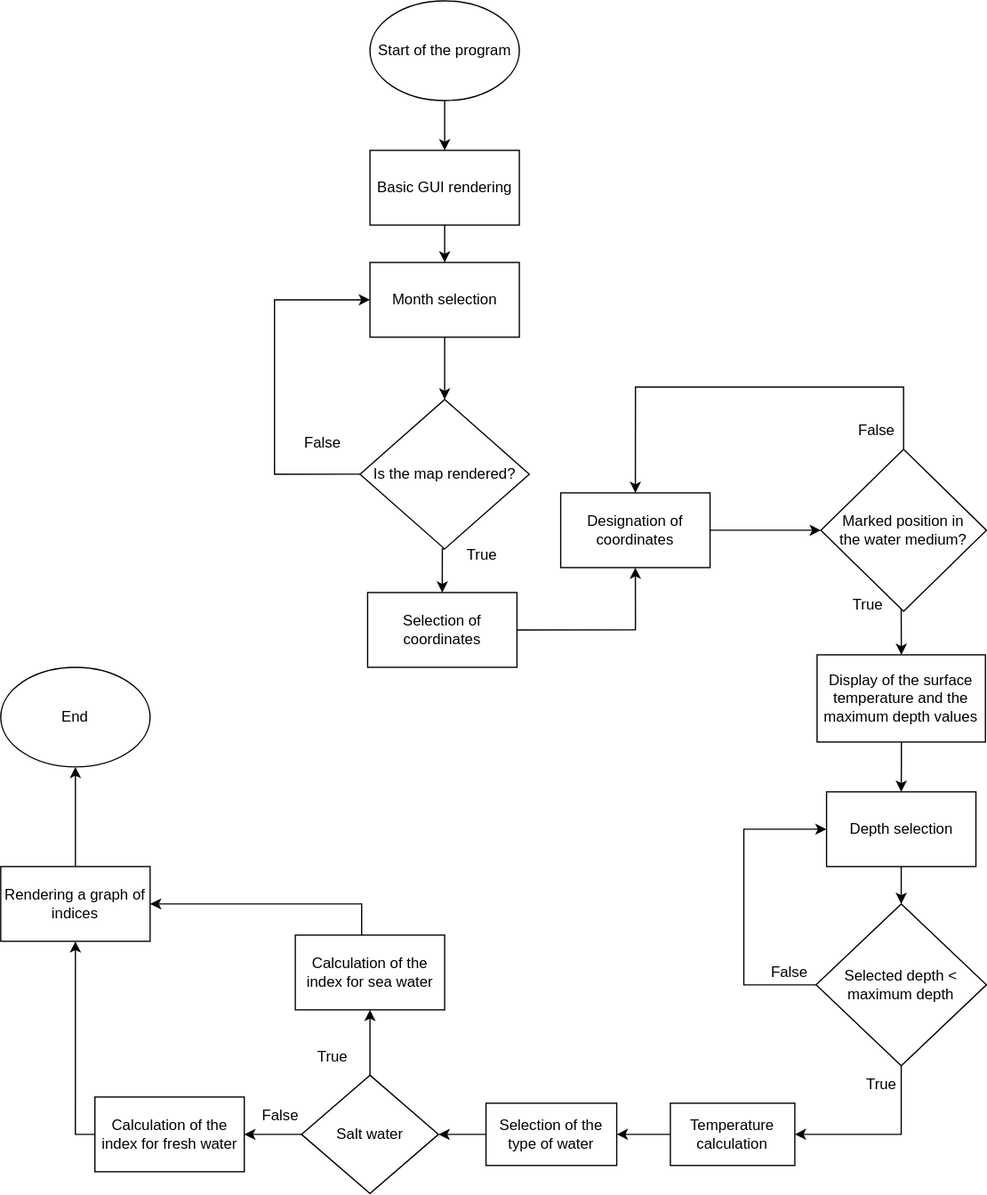
The draw.io diagram world_map.drawio.svg in OndraFoltyn/digital-electronics-1, before a commit. Source tidied: cells renumbered, new cells last; positions are measured from the earlier drawing's top-left corner, leaving out a move shared by most shapes.
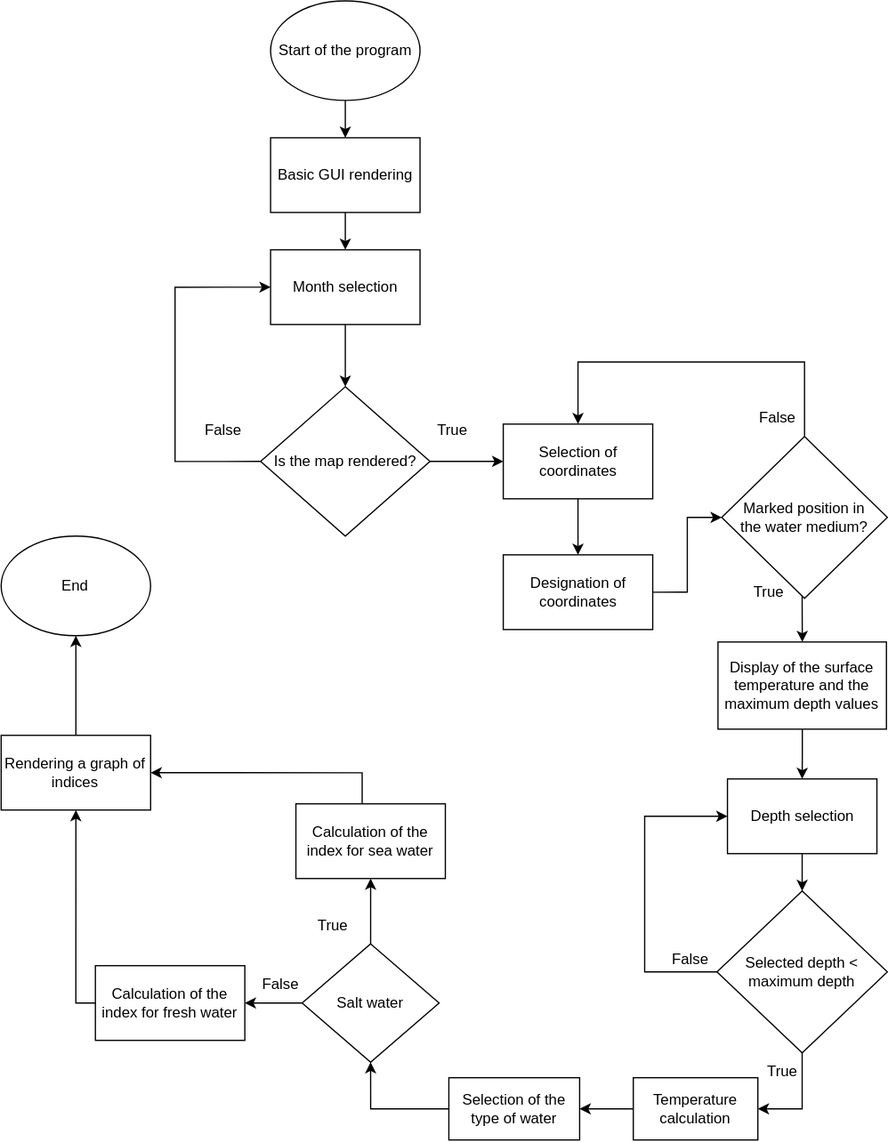
The same diagram one commit later.

Diff of the diagram source:
```diff
@@ -6,7 +6,7 @@
       <mxGeometry relative="1" as="geometry" />
     </mxCell>
     <mxCell id="3" value="Start of the program" style="ellipse;whiteSpace=wrap;html=1;" parent="1" vertex="1">
-      <mxGeometry x="296.8" width="120" height="80" as="geometry" />
+      <mxGeometry x="296.8" y="10" width="120" height="80" as="geometry" />
     </mxCell>
     <mxCell id="4" style="edgeStyle=orthogonalEdgeStyle;rounded=0;jettySize=auto;html=1;exitX=0.5;exitY=1;exitDx=0;exitDy=0;entryX=0.5;entryY=0;entryDx=0;entryDy=0;" parent="1" edge="1" source="5" target="44">
       <mxGeometry relative="1" as="geometry" />
@@ -14,11 +14,11 @@
     <mxCell id="5" value="Basic GUI rendering" style="whiteSpace=wrap;html=1;" parent="1" vertex="1">
       <mxGeometry x="296.8" y="120" width="120" height="60" as="geometry" />
     </mxCell>
-    <mxCell id="6" style="edgeStyle=orthogonalEdgeStyle;rounded=0;jettySize=auto;html=1;exitX=1;exitY=0.5;exitDx=0;exitDy=0;entryX=0.5;entryY=1;entryDx=0;entryDy=0;" parent="1" edge="1" source="7" target="12">
+    <mxCell id="6" style="edgeStyle=orthogonalEdgeStyle;rounded=0;jettySize=auto;html=1;exitX=0.5;exitY=1;exitDx=0;exitDy=0;entryX=0.5;entryY=0;entryDx=0;entryDy=0;" parent="1" edge="1" source="7" target="12">
       <mxGeometry relative="1" as="geometry" />
     </mxCell>
     <mxCell id="7" value="Selection of coordinates" style="whiteSpace=wrap;html=1;" parent="1" vertex="1">
-      <mxGeometry x="294.9" y="475" width="120" height="60" as="geometry" />
+      <mxGeometry x="483.6" y="350" width="120" height="60" as="geometry" />
     </mxCell>
     <mxCell id="8" style="edgeStyle=orthogonalEdgeStyle;rounded=0;jettySize=auto;html=1;exitX=0;exitY=0.5;exitDx=0;exitDy=0;entryX=0;entryY=0.5;entryDx=0;entryDy=0;" parent="1" edge="1" source="10" target="44">
       <mxGeometry relative="1" as="geometry">
@@ -28,20 +28,20 @@
         </Array>
       </mxGeometry>
     </mxCell>
-    <mxCell id="9" style="edgeStyle=orthogonalEdgeStyle;rounded=0;jettySize=auto;html=1;exitX=0.5;exitY=1;exitDx=0;exitDy=0;entryX=0.5;entryY=0;entryDx=0;entryDy=0;" parent="1" edge="1" source="10" target="7">
+    <mxCell id="9" style="edgeStyle=orthogonalEdgeStyle;rounded=0;jettySize=auto;html=1;exitX=1;exitY=0.5;exitDx=0;exitDy=0;entryX=0;entryY=0.5;entryDx=0;entryDy=0;" parent="1" edge="1" source="10" target="7">
       <mxGeometry relative="1" as="geometry" />
     </mxCell>
     <mxCell id="10" value="Is the map rendered?" style="rhombus;whiteSpace=wrap;html=1;" parent="1" vertex="1">
       <mxGeometry x="288.8" y="320" width="136" height="120" as="geometry" />
     </mxCell>
-    <mxCell id="11" style="edgeStyle=orthogonalEdgeStyle;rounded=0;jettySize=auto;html=1;" parent="1" edge="1" source="12" target="17">
+    <mxCell id="11" style="edgeStyle=orthogonalEdgeStyle;rounded=0;jettySize=auto;html=1;exitX=1;exitY=0.5;exitDx=0;exitDy=0;entryX=0;entryY=0.5;entryDx=0;entryDy=0;" parent="1" edge="1" source="12" target="17">
       <mxGeometry relative="1" as="geometry" />
     </mxCell>
     <mxCell id="12" value="Designation of coordinates" style="whiteSpace=wrap;html=1;" parent="1" vertex="1">
-      <mxGeometry x="450" y="395" width="120" height="60" as="geometry" />
+      <mxGeometry x="483.6" y="455" width="120" height="60" as="geometry" />
     </mxCell>
     <mxCell id="13" value="True" style="text;html=1;strokeColor=none;fillColor=none;align=center;verticalAlign=middle;whiteSpace=wrap;rounded=0;" parent="1" vertex="1">
-      <mxGeometry x="356.8" y="430" width="60" height="30" as="geometry" />
+      <mxGeometry x="412.5" y="340" width="60" height="30" as="geometry" />
     </mxCell>
     <mxCell id="14" value="False" style="text;html=1;strokeColor=none;fillColor=none;align=center;verticalAlign=middle;whiteSpace=wrap;rounded=0;" parent="1" vertex="1">
       <mxGeometry x="228.8" y="340" width="60" height="30" as="geometry" />
@@ -51,14 +51,14 @@
         <mxPoint x="723.6" y="470" as="sourcePoint" />
       </mxGeometry>
     </mxCell>
-    <mxCell id="16" style="edgeStyle=orthogonalEdgeStyle;rounded=0;jettySize=auto;html=1;exitX=0.5;exitY=0;exitDx=0;exitDy=0;entryX=0.5;entryY=0;entryDx=0;entryDy=0;" parent="1" edge="1" source="17" target="12">
-      <mxGeometry relative="1" as="geometry">
-        <Array as="points">
-          <mxPoint x="725" y="310" />
-          <mxPoint x="510" y="310" />
-        </Array>
-      </mxGeometry>
-    </mxCell>
+    <mxCell id="47" style="edgeStyle=orthogonalEdgeStyle;rounded=0;jettySize=auto;html=1;exitX=0.5;exitY=0;exitDx=0;exitDy=0;entryX=0.5;entryY=0;entryDx=0;entryDy=0;" parent="1" edge="1" source="17" target="7">
+      <mxGeometry relative="1" as="geometry">
+        <Array as="points">
+          <mxPoint x="725" y="300" />
+          <mxPoint x="544" y="300" />
+        </Array>
+      </mxGeometry>
+    </mxCell>
     <mxCell id="17" value="Marked position in &lt;br&gt;the water medium?" style="rhombus;whiteSpace=wrap;html=1;" parent="1" vertex="1">
       <mxGeometry x="659" y="360" width="133" height="130" as="geometry" />
     </mxCell>
@@ -101,7 +101,7 @@
       <mxGeometry relative="1" as="geometry" />
     </mxCell>
     <mxCell id="29" value="Temperature calculation" style="whiteSpace=wrap;html=1;" parent="1" vertex="1">
-      <mxGeometry x="538.1" y="885" width="100" height="50" as="geometry" />
+      <mxGeometry x="588" y="875" width="100" height="50" as="geometry" />
     </mxCell>
     <mxCell id="30" value="True" style="text;html=1;strokeColor=none;fillColor=none;align=center;verticalAlign=middle;whiteSpace=wrap;rounded=0;" parent="1" vertex="1">
       <mxGeometry x="678.1" y="855" width="60" height="30" as="geometry" />
@@ -113,42 +113,42 @@
       <mxGeometry relative="1" as="geometry" />
     </mxCell>
     <mxCell id="33" value="Salt water" style="rhombus;whiteSpace=wrap;html=1;" parent="1" vertex="1">
-      <mxGeometry x="241.8" y="862.6" width="110" height="95" as="geometry" />
+      <mxGeometry x="322.1" y="767.5" width="110" height="95" as="geometry" />
     </mxCell>
     <mxCell id="34" style="edgeStyle=orthogonalEdgeStyle;rounded=0;jettySize=auto;html=1;exitX=0;exitY=0.5;exitDx=0;exitDy=0;entryX=0.5;entryY=1;entryDx=0;entryDy=0;" parent="1" edge="1" source="35" target="41">
       <mxGeometry relative="1" as="geometry">
         <Array as="points">
-          <mxPoint x="60" y="910" />
+          <mxPoint x="140.3" y="815" />
         </Array>
       </mxGeometry>
     </mxCell>
     <mxCell id="35" value="Calculation of the index for fresh water" style="whiteSpace=wrap;html=1;" parent="1" vertex="1">
-      <mxGeometry x="75.8" y="880.1" width="120" height="60" as="geometry" />
+      <mxGeometry x="156.1" y="785" width="120" height="60" as="geometry" />
     </mxCell>
     <mxCell id="36" style="edgeStyle=orthogonalEdgeStyle;rounded=0;jettySize=auto;html=1;entryX=1;entryY=0.5;entryDx=0;entryDy=0;" parent="1" edge="1" source="37" target="41">
       <mxGeometry relative="1" as="geometry">
         <Array as="points">
-          <mxPoint x="290" y="725" />
+          <mxPoint x="370.3" y="630" />
         </Array>
       </mxGeometry>
     </mxCell>
     <mxCell id="37" value="Calculation of the index for sea water" style="whiteSpace=wrap;html=1;" parent="1" vertex="1">
-      <mxGeometry x="236.8" y="750.1" width="120" height="60" as="geometry" />
+      <mxGeometry x="317.1" y="655" width="120" height="60" as="geometry" />
     </mxCell>
     <mxCell id="38" value="False" style="text;html=1;strokeColor=none;fillColor=none;align=center;verticalAlign=middle;whiteSpace=wrap;rounded=0;" parent="1" vertex="1">
-      <mxGeometry x="197.8" y="880.1" width="53.5" height="30" as="geometry" />
+      <mxGeometry x="278.1" y="785" width="53.5" height="30" as="geometry" />
     </mxCell>
     <mxCell id="39" value="True" style="text;html=1;strokeColor=none;fillColor=none;align=center;verticalAlign=middle;whiteSpace=wrap;rounded=0;" parent="1" vertex="1">
-      <mxGeometry x="236.8" y="832.6" width="60" height="30" as="geometry" />
+      <mxGeometry x="317.1" y="737.5" width="60" height="30" as="geometry" />
     </mxCell>
     <mxCell id="40" style="edgeStyle=orthogonalEdgeStyle;rounded=0;jettySize=auto;html=1;exitX=0.5;exitY=0;exitDx=0;exitDy=0;entryX=0.5;entryY=1;entryDx=0;entryDy=0;" parent="1" edge="1" source="41" target="42">
       <mxGeometry relative="1" as="geometry" />
     </mxCell>
     <mxCell id="41" value="Rendering a graph of indices" style="rounded=0;whiteSpace=wrap;html=1;" parent="1" vertex="1">
-      <mxGeometry x="0.1" y="695" width="120" height="60" as="geometry" />
+      <mxGeometry x="80.4" y="600" width="120" height="60" as="geometry" />
     </mxCell>
     <mxCell id="42" value="End" style="ellipse;whiteSpace=wrap;html=1;" parent="1" vertex="1">
-      <mxGeometry x="0.1" y="535" width="120" height="80" as="geometry" />
+      <mxGeometry x="80.4" y="440" width="120" height="80" as="geometry" />
     </mxCell>
     <mxCell id="43" style="edgeStyle=orthogonalEdgeStyle;rounded=0;jettySize=auto;html=1;exitX=0.5;exitY=1;exitDx=0;exitDy=0;" parent="1" edge="1" source="44" target="10">
       <mxGeometry relative="1" as="geometry" />
@@ -156,11 +156,11 @@
     <mxCell id="44" value="Month selection" style="rounded=0;whiteSpace=wrap;html=1;" parent="1" vertex="1">
       <mxGeometry x="296.8" y="210" width="120" height="60" as="geometry" />
     </mxCell>
-    <mxCell id="45" style="edgeStyle=orthogonalEdgeStyle;rounded=0;jettySize=auto;html=1;exitX=0;exitY=0.5;exitDx=0;exitDy=0;entryX=1;entryY=0.5;entryDx=0;entryDy=0;" parent="1" edge="1" source="46" target="33">
+    <mxCell id="45" style="edgeStyle=orthogonalEdgeStyle;rounded=0;jettySize=auto;html=1;exitX=0;exitY=0.5;exitDx=0;exitDy=0;entryX=0.5;entryY=1;entryDx=0;entryDy=0;" parent="1" edge="1" source="46" target="33">
       <mxGeometry relative="1" as="geometry" />
     </mxCell>
     <mxCell id="46" value="Selection of the type of water" style="rounded=0;whiteSpace=wrap;html=1;" parent="1" vertex="1">
-      <mxGeometry x="390" y="885" width="105" height="50" as="geometry" />
+      <mxGeometry x="439.9" y="875" width="105" height="50" as="geometry" />
     </mxCell>
   </root>
 </mxGraphModel>
```
